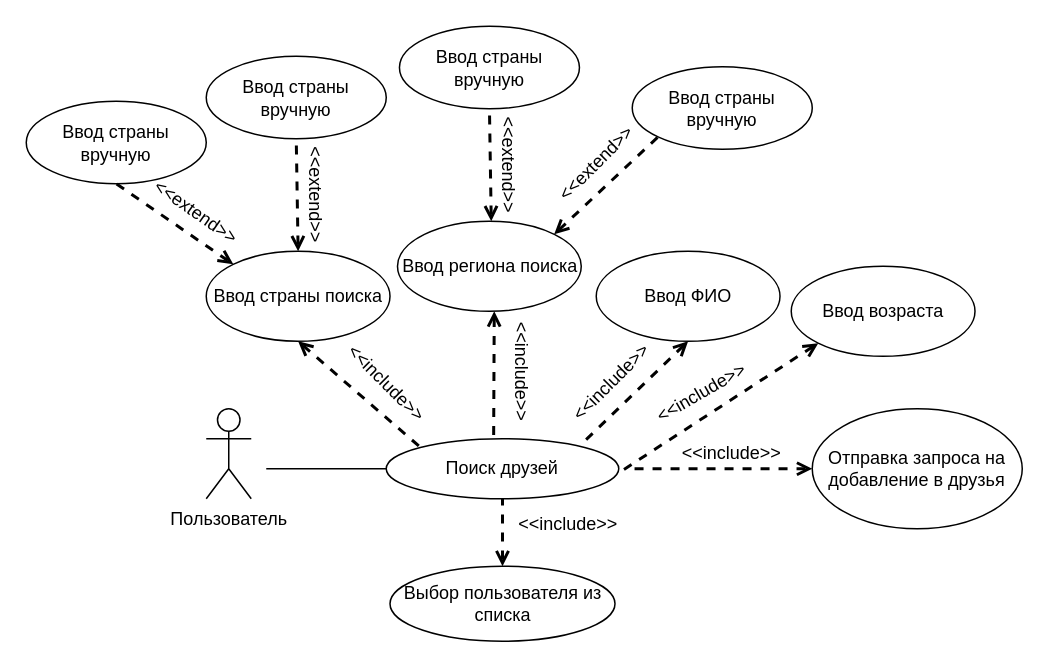
Above: page "Диаграмма декомпозиции. Поиск друзей" (4 of 4) of Лабы/ЛР1/Диаграмма вариантов использования лаба 1.drawio in MRTANKO/kyrs_anis (draw.io), before the change. Source tidied: cells renumbered, new cells numbered last; positions are measured from the earlier drawing's top-left corner, leaving out a move shared by most shapes. Both pictures are drawn from the tidied source at 150%, with x=0, y=0 at pixel (26, 26).
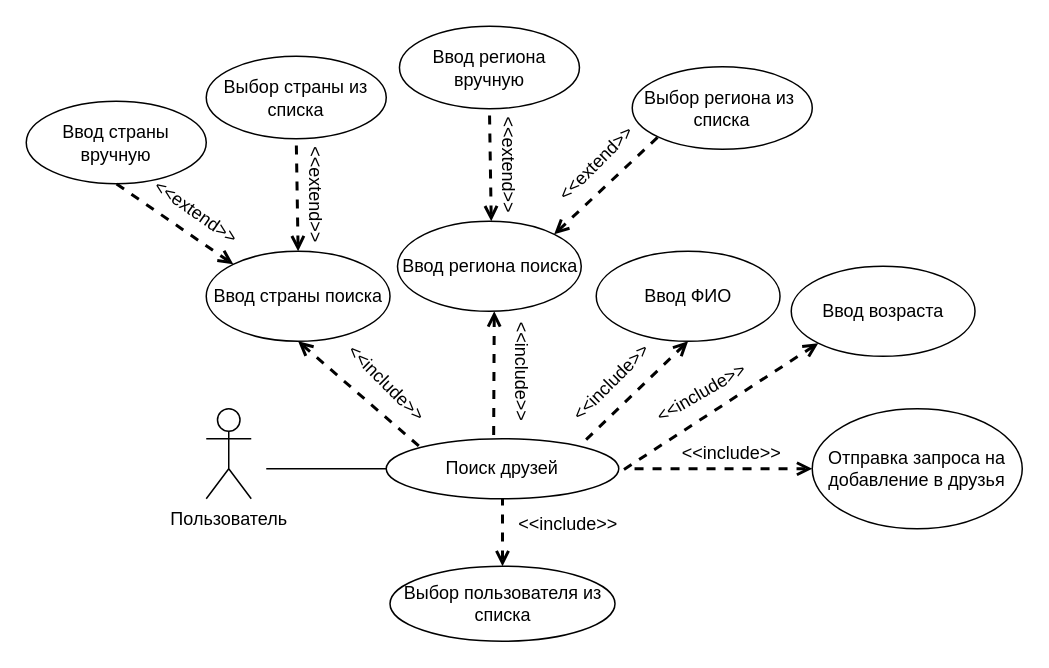
Above is the later version.

The edit, as a diff of the source:
```diff
@@
-    <mxCell id="23" value="Ввод страны вручную" style="ellipse;whiteSpace=wrap;html=1;" parent="1" vertex="1">
+    <mxCell id="23" value="Выбор страны из списка" style="ellipse;whiteSpace=wrap;html=1;" parent="1" vertex="1">
       <mxGeometry x="120" y="20" width="120" height="55" as="geometry" />
     </mxCell>
@@
-    <mxCell id="26" value="Ввод страны вручную" style="ellipse;whiteSpace=wrap;html=1;" parent="1" vertex="1">
+    <mxCell id="26" value="Ввод региона вручную" style="ellipse;whiteSpace=wrap;html=1;" parent="1" vertex="1">
       <mxGeometry x="248.8" width="120" height="55" as="geometry" />
     </mxCell>
@@
-    <mxCell id="29" value="Ввод страны вручную" style="ellipse;whiteSpace=wrap;html=1;" parent="1" vertex="1">
+    <mxCell id="29" value="Выбор региона из&amp;nbsp; списка" style="ellipse;whiteSpace=wrap;html=1;" parent="1" vertex="1">
       <mxGeometry x="404" y="27" width="120" height="55" as="geometry" />
     </mxCell>
```
